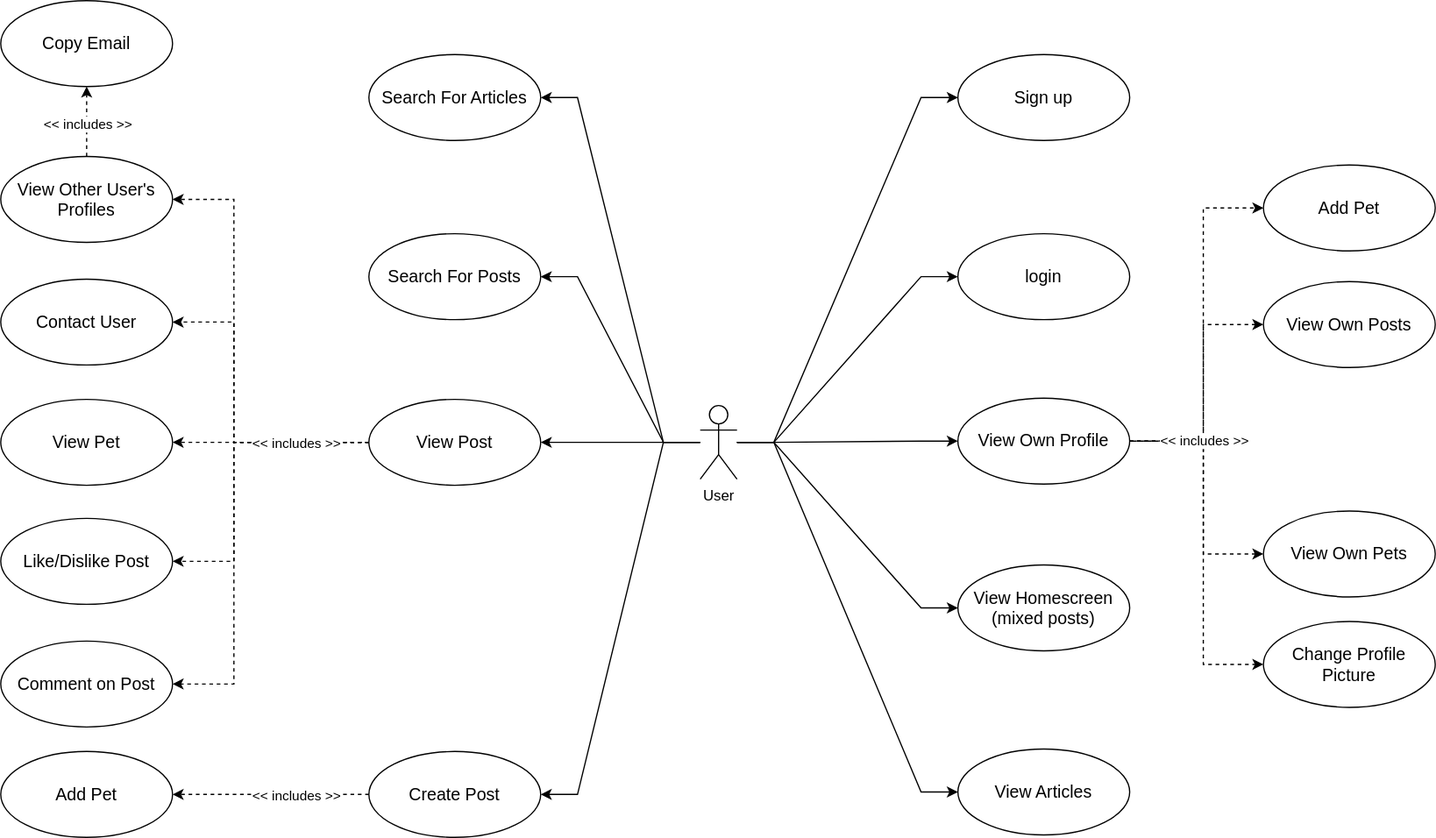
The draw.io diagram Use Case Diagram.svg in AhmadTripleA/SE-Diagrams, before a commit. Source tidied: cells renumbered, new cells last; positions are measured from the earlier drawing's top-left corner, leaving out a move shared by most shapes.
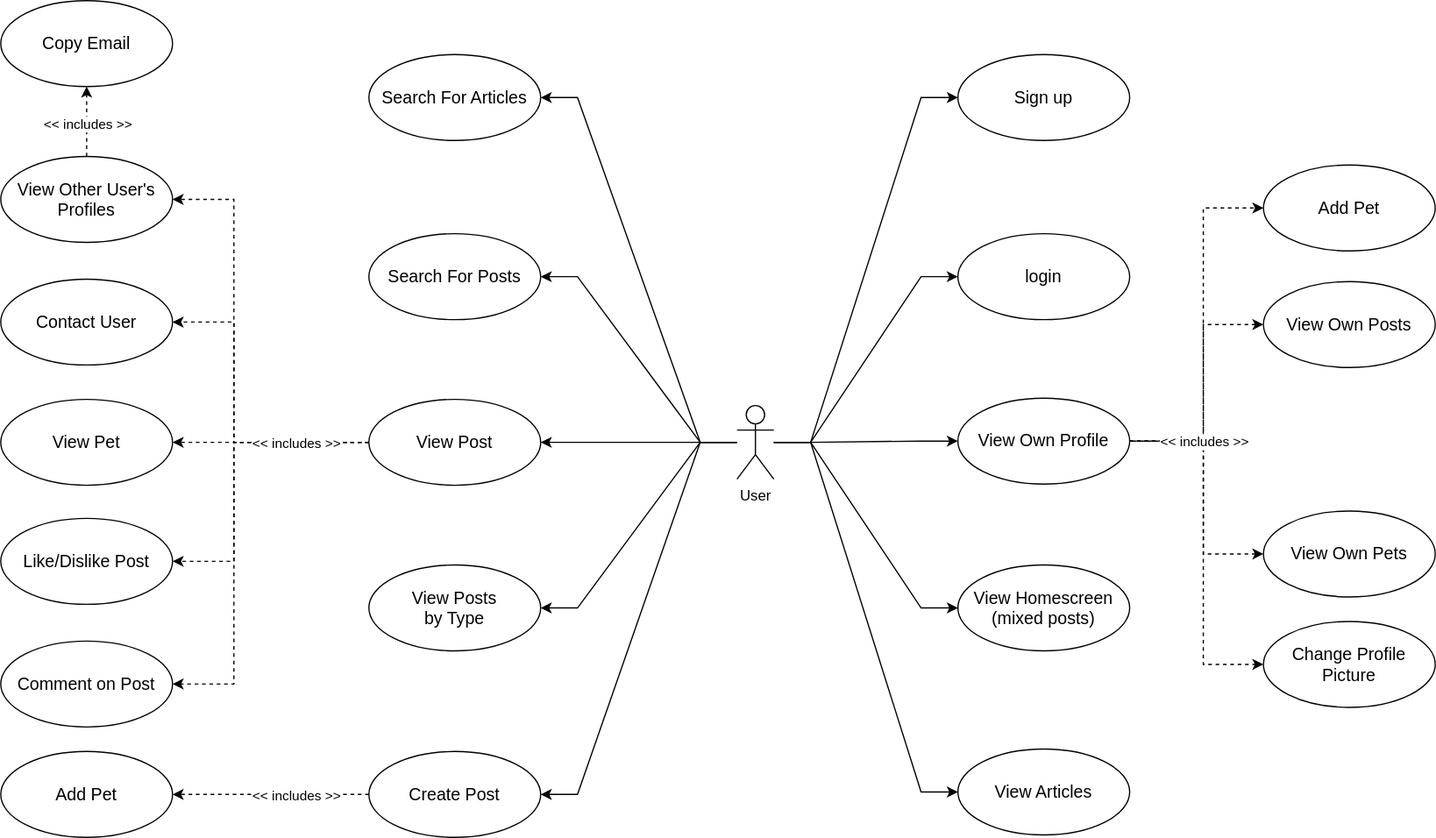
After the commit.

Diff of the diagram source:
```diff
@@ -34,8 +34,11 @@
     <mxCell id="10" style="edgeStyle=entityRelationEdgeStyle;shape=connector;rounded=0;jettySize=auto;html=1;labelBackgroundColor=default;strokeColor=default;align=center;verticalAlign=middle;fontFamily=Helvetica;fontSize=11;fontColor=default;endArrow=classic;" parent="1" edge="1" source="11" target="36">
       <mxGeometry relative="1" as="geometry" />
     </mxCell>
+    <mxCell id="47" style="edgeStyle=entityRelationEdgeStyle;shape=connector;rounded=0;jettySize=auto;html=1;labelBackgroundColor=default;strokeColor=default;align=center;verticalAlign=middle;fontFamily=Helvetica;fontSize=11;fontColor=default;endArrow=classic;" parent="1" edge="1" source="11" target="48">
+      <mxGeometry relative="1" as="geometry" />
+    </mxCell>
     <mxCell id="11" value="User" style="shape=umlActor;verticalLabelPosition=bottom;verticalAlign=top;html=1;" parent="1" vertex="1">
-      <mxGeometry x="570" y="330" width="30" height="60" as="geometry" />
+      <mxGeometry x="600" y="330" width="30" height="60" as="geometry" />
     </mxCell>
     <mxCell id="12" value="View Homescreen&lt;br&gt;(mixed posts)" style="ellipse;whiteSpace=wrap;html=1;fontSize=14;" parent="1" vertex="1">
       <mxGeometry x="780" y="460" width="140" height="70" as="geometry" />
@@ -178,5 +181,8 @@
     <mxCell id="46" value="&amp;lt;&amp;lt; includes &amp;gt;&amp;gt;" style="edgeLabel;html=1;align=center;verticalAlign=middle;fontSize=11;fontFamily=Helvetica;fontColor=default;" parent="1" vertex="1">
       <mxGeometry x="70" y="100" as="geometry" />
     </mxCell>
+    <mxCell id="48" value="View Posts&lt;br&gt;by Type" style="ellipse;whiteSpace=wrap;html=1;fontSize=14;" parent="1" vertex="1">
+      <mxGeometry x="300" y="460" width="140" height="70" as="geometry" />
+    </mxCell>
   </root>
 </mxGraphModel>
```
